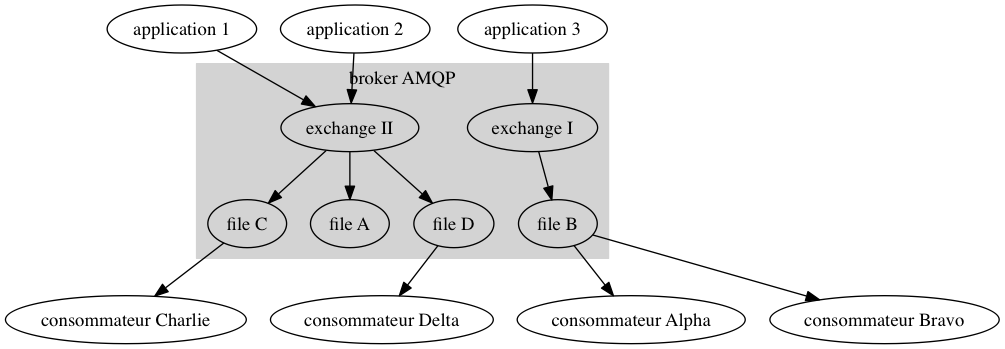
Earlier version of the Graphviz export assets/files/2015/12/mqs-principe.png (r6d/r6d.github.io). Its source is kept beside it as assets/files/2015/12/mqs-principe.dot.
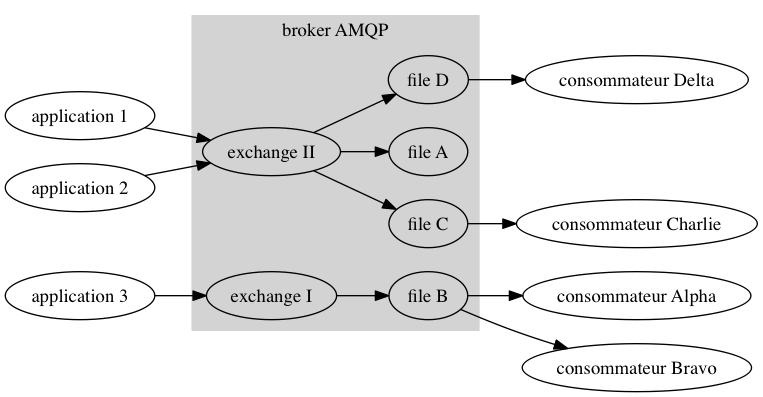
The same file after the commit.

Commit message:
ajustement de l'orientation

Change to the diagram source:
```diff
@@ -1,4 +1,6 @@
 digraph {
+    rankdir=LR;
+
     app_a1[label="application 1"];
     app_a2[label="application 2"];
 
```
